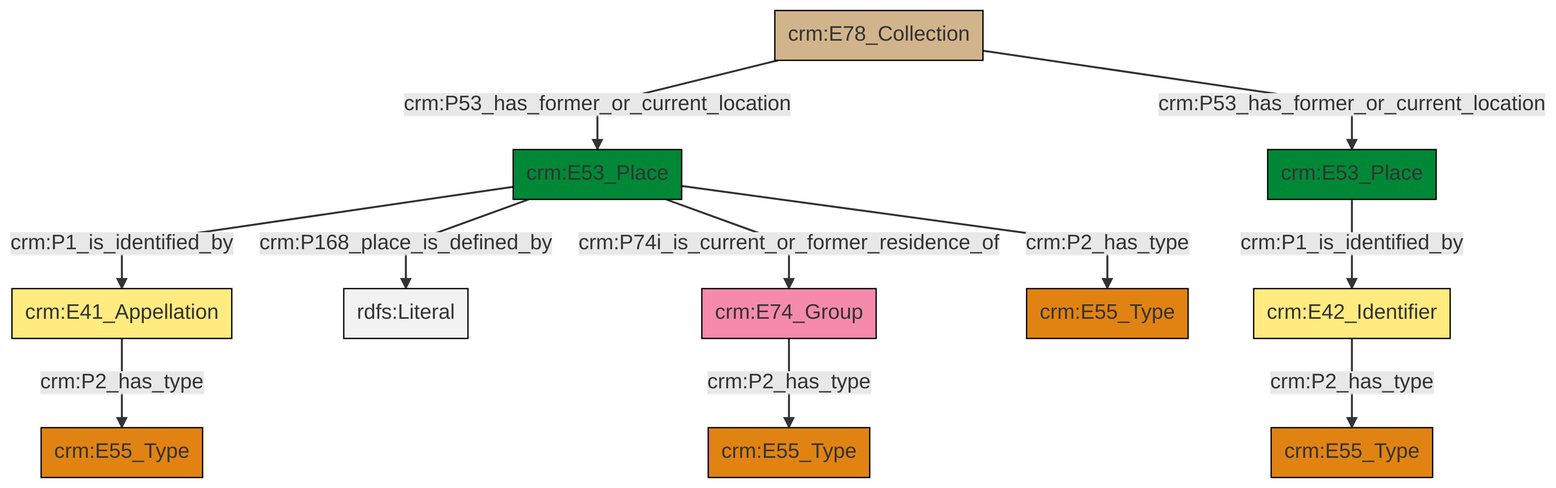
swiss-art-research-net/docs.swissartresearch keeps this Mermaid diagram as et/archivalCSV/ttl/mmd/png/archival_location.png. Above is the earlier version. Its source is kept beside it as et/archivalCSV/ttl/mmd/archival_location.ttl.mmd.
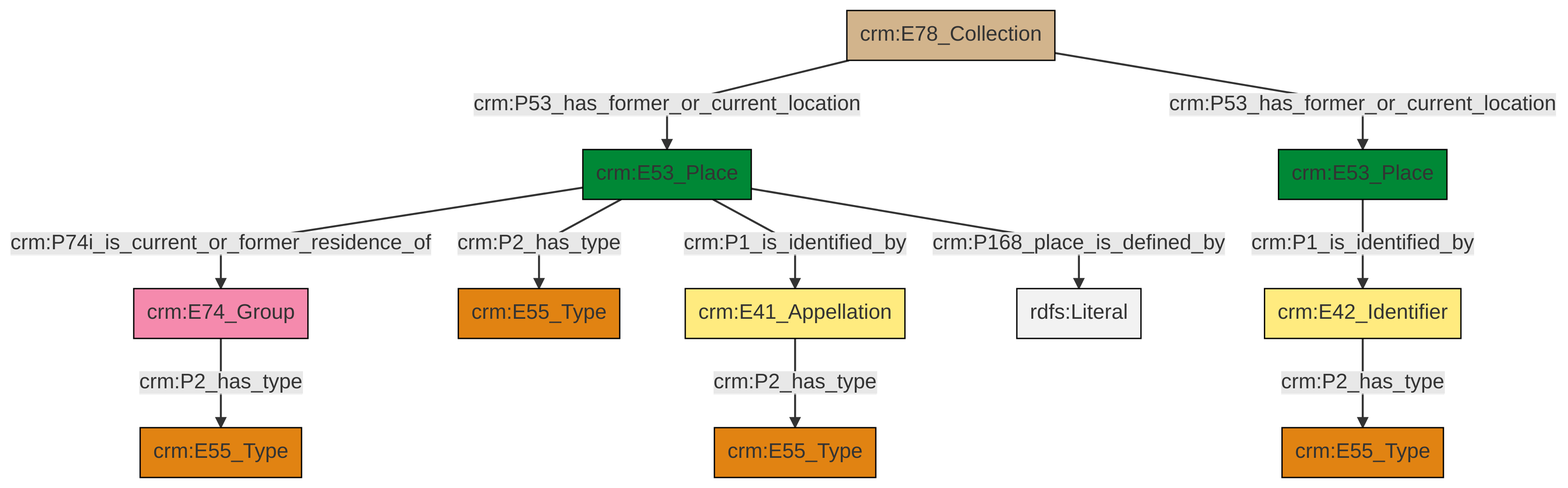
After the commit.

Diff of the diagram source:
```diff
@@ -13,13 +13,13 @@
 classDef PC_Classes fill:#4ce600, stroke:#000000;
 classDef Multi fill:#cccccc,stroke:#000000;
 
-0["crm:E53_Place"]:::Place -->|crm:P1_is_identified_by| 1["crm:E41_Appellation"]:::Appellation
-0["crm:E53_Place"]:::Place -->|crm:P168_place_is_defined_by| 4[rdfs:Literal]:::Literal
-0["crm:E53_Place"]:::Place -->|crm:P74i_is_current_or_former_residence_of| 7["crm:E74_Group"]:::Actor
-9["crm:E78_Collection"]:::Physical_Thing -->|crm:P53_has_former_or_current_location| 0["crm:E53_Place"]:::Place
-7["crm:E74_Group"]:::Actor -->|crm:P2_has_type| 14["crm:E55_Type"]:::Type
-9["crm:E78_Collection"]:::Physical_Thing -->|crm:P53_has_former_or_current_location| 2["crm:E53_Place"]:::Place
-19["crm:E42_Identifier"]:::Appellation -->|crm:P2_has_type| 12["crm:E55_Type"]:::Type
-0["crm:E53_Place"]:::Place -->|crm:P2_has_type| 20["crm:E55_Type"]:::Type
-2["crm:E53_Place"]:::Place -->|crm:P1_is_identified_by| 19["crm:E42_Identifier"]:::Appellation
-1["crm:E41_Appellation"]:::Appellation -->|crm:P2_has_type| 5["crm:E55_Type"]:::Type
+2["crm:E78_Collection"]:::Physical_Thing -->|crm:P53_has_former_or_current_location| 3["crm:E53_Place"]:::Place
+8["crm:E74_Group"]:::Actor -->|crm:P2_has_type| 4["crm:E55_Type"]:::Type
+14["crm:E53_Place"]:::Place -->|crm:P1_is_identified_by| 15["crm:E42_Identifier"]:::Appellation
+3["crm:E53_Place"]:::Place -->|crm:P74i_is_current_or_former_residence_of| 8["crm:E74_Group"]:::Actor
+15["crm:E42_Identifier"]:::Appellation -->|crm:P2_has_type| 6["crm:E55_Type"]:::Type
+3["crm:E53_Place"]:::Place -->|crm:P2_has_type| 9["crm:E55_Type"]:::Type
+12["crm:E41_Appellation"]:::Appellation -->|crm:P2_has_type| 0["crm:E55_Type"]:::Type
+3["crm:E53_Place"]:::Place -->|crm:P1_is_identified_by| 12["crm:E41_Appellation"]:::Appellation
+3["crm:E53_Place"]:::Place -->|crm:P168_place_is_defined_by| 19[rdfs:Literal]:::Literal
+2["crm:E78_Collection"]:::Physical_Thing -->|crm:P53_has_former_or_current_location| 14["crm:E53_Place"]:::Place
```
